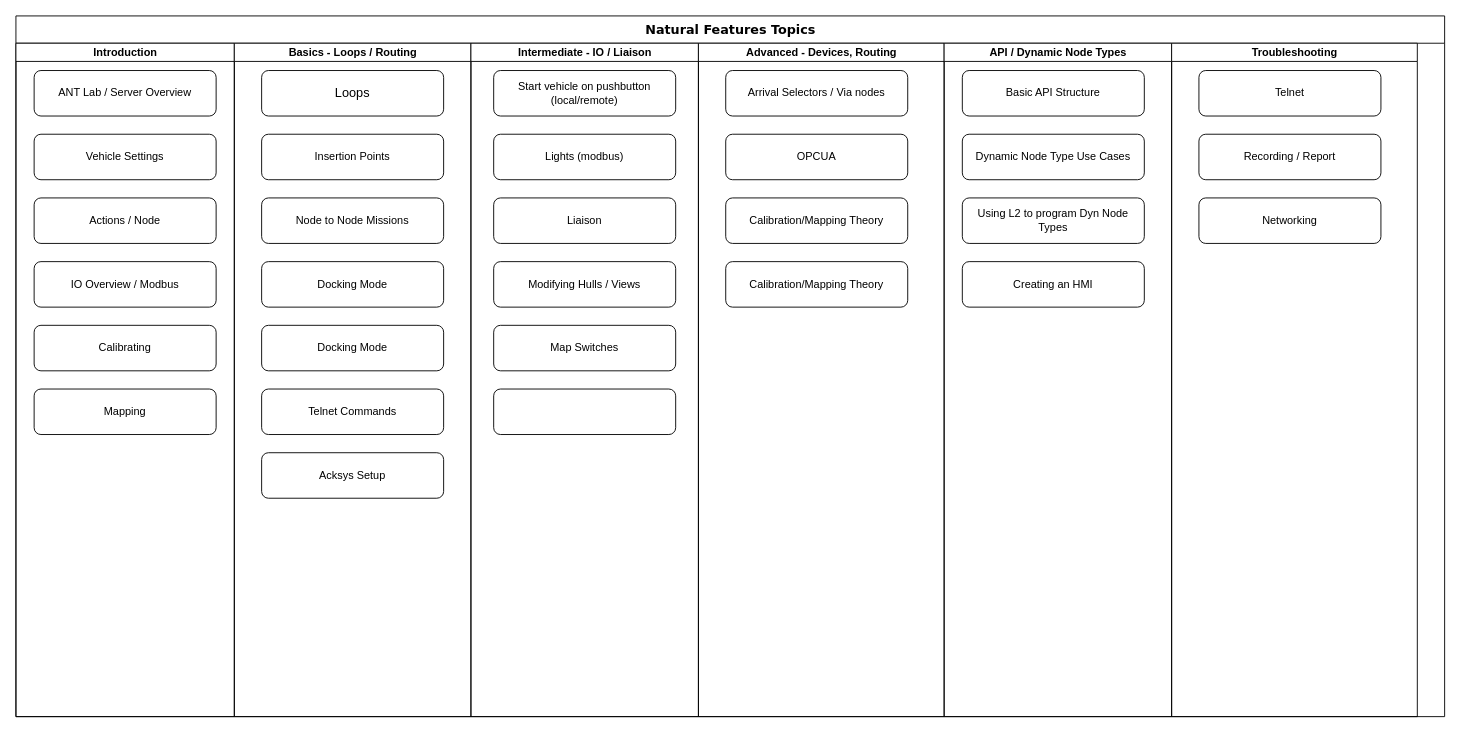
The draw.io diagram page "Page-1" (1 of 2) of Untitled Diagram.drawio in bcherb2/BAV_DEMO, before the edit. Source tidied: cells renumbered, new cells numbered last; positions are measured from the earlier drawing's top-left corner, leaving out a move shared by most shapes. Both pictures are drawn from the tidied source at 91%, with x=0, y=0 at pixel (15, 15).
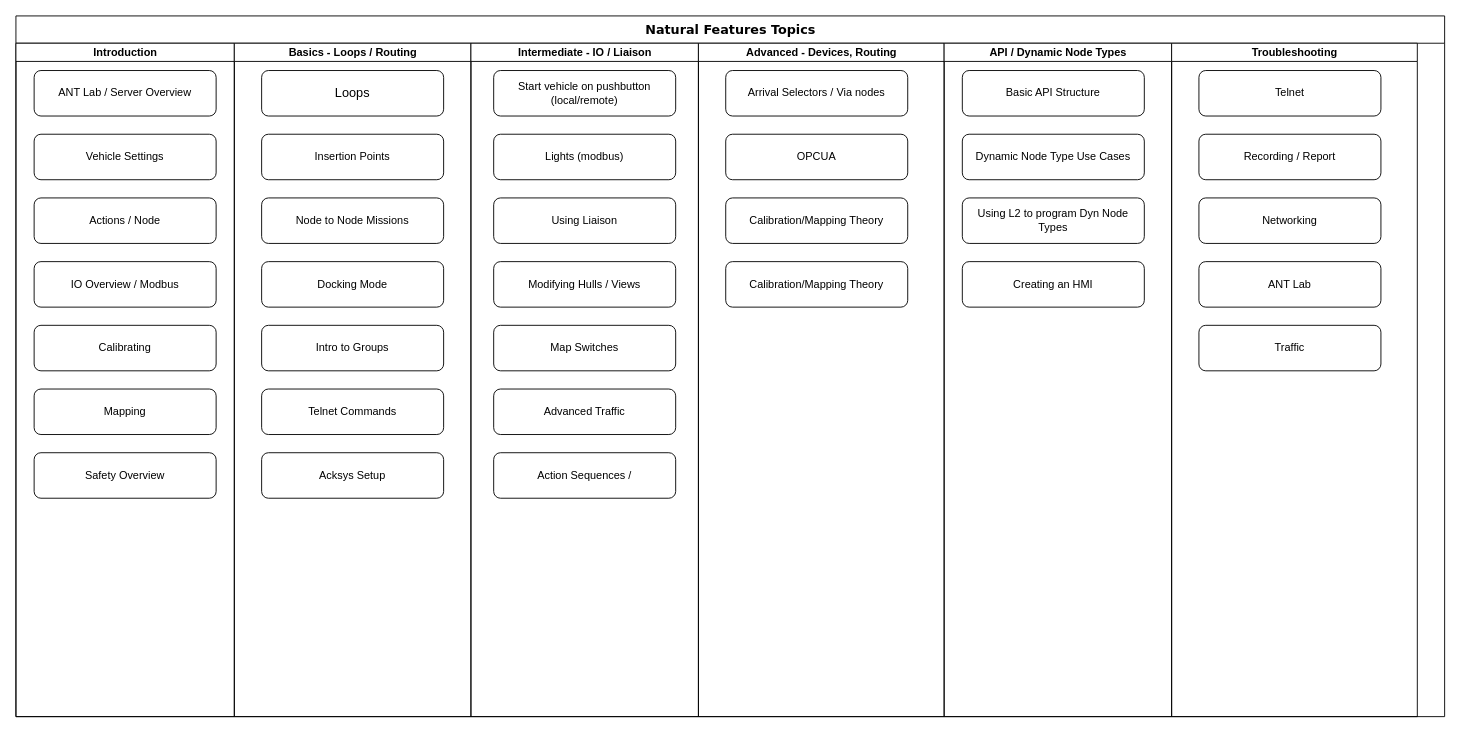
After the change.

The change refers to these unchanged cells:
```xml
<mxCell id="3" value="Introduction" style="swimlane;html=1;startSize=20;" parent="2" vertex="1">
  <mxGeometry y="30" width="240" height="740" as="geometry" />
</mxCell>
<mxCell id="10" value="Basics - Loops / Routing" style="swimlane;html=1;startSize=20;" parent="2" vertex="1">
  <mxGeometry x="240" y="30" width="260" height="740" as="geometry" />
</mxCell>
<mxCell id="18" value="Intermediate - IO / Liaison" style="swimlane;html=1;startSize=20;" parent="2" vertex="1">
  <mxGeometry x="500" y="30" width="250" height="740" as="geometry" />
</mxCell>
<mxCell id="35" value="Troubleshooting" style="swimlane;html=1;startSize=20;" parent="2" vertex="1">
  <mxGeometry x="1270" y="30" width="270" height="740" as="geometry" />
</mxCell>
```

Diff of the diagram source:
```diff
@@
+    <mxCell id="39" value="Safety Overview" style="rounded=1;whiteSpace=wrap;html=1;" parent="3" vertex="1">
+      <mxGeometry x="20" y="450" width="200" height="50" as="geometry" />
+    </mxCell>
@@
-    <mxCell id="15" value="Docking Mode" style="rounded=1;whiteSpace=wrap;html=1;" parent="10" vertex="1">
+    <mxCell id="15" value="Intro to Groups" style="rounded=1;whiteSpace=wrap;html=1;" parent="10" vertex="1">
       <mxGeometry x="30" y="310" width="200" height="50" as="geometry" />
     </mxCell>
@@
-    <mxCell id="21" value="Liaison " style="rounded=1;whiteSpace=wrap;html=1;" parent="18" vertex="1">
+    <mxCell id="21" value="Using Liaison " style="rounded=1;whiteSpace=wrap;html=1;" parent="18" vertex="1">
       <mxGeometry x="25" y="170" width="200" height="50" as="geometry" />
     </mxCell>
@@
-    <mxCell id="24" style="rounded=1;whiteSpace=wrap;html=1;" parent="18" vertex="1">
+    <mxCell id="24" value="Advanced Traffic" style="rounded=1;whiteSpace=wrap;html=1;" parent="18" vertex="1">
       <mxGeometry x="25" y="380" width="200" height="50" as="geometry" />
     </mxCell>
+    <mxCell id="40" value="Action Sequences / " style="rounded=1;whiteSpace=wrap;html=1;" parent="18" vertex="1">
+      <mxGeometry x="25" y="450" width="200" height="50" as="geometry" />
+    </mxCell>
@@
+    <mxCell id="41" value="ANT Lab" style="rounded=1;whiteSpace=wrap;html=1;" parent="35" vertex="1">
+      <mxGeometry x="30" y="240" width="200" height="50" as="geometry" />
+    </mxCell>
+    <mxCell id="42" value="Traffic" style="rounded=1;whiteSpace=wrap;html=1;" parent="35" vertex="1">
+      <mxGeometry x="30" y="310" width="200" height="50" as="geometry" />
+    </mxCell>
```
